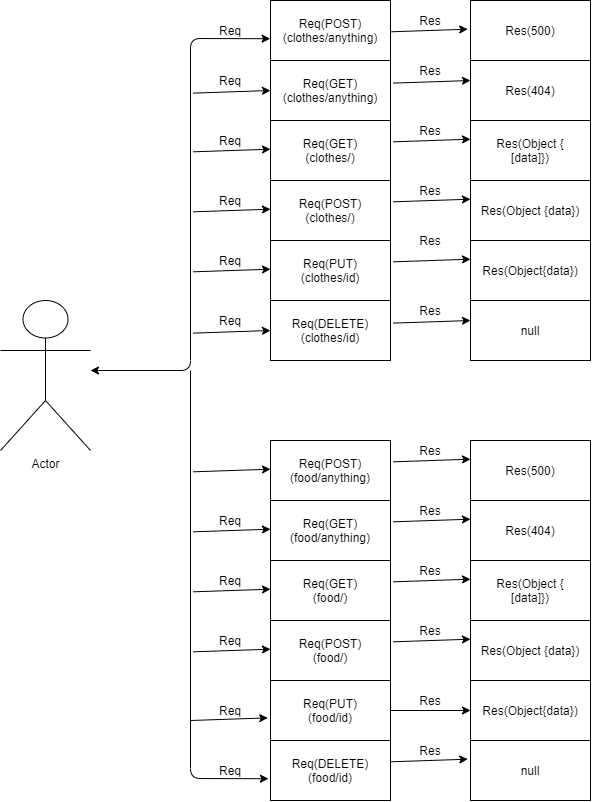
Samer-Alnajjar/api-server keeps this draw.io diagram as UML_Diagram.png. Above is the earlier version. Source tidied: cells renumbered, new cells last; positions are measured from the earlier drawing's top-left corner, leaving out a move shared by most shapes.
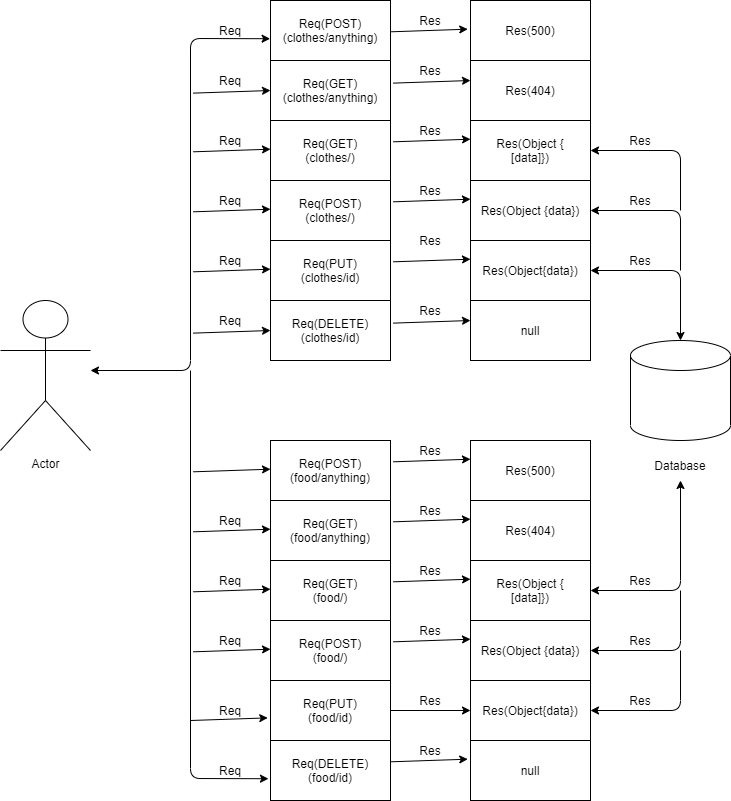
After the commit.

Commit message:
Finish the app

The edit, as a diff of the source:
```diff
@@ -293,5 +293,79 @@
     <mxCell id="73" value="Res" style="text;html=1;strokeColor=none;fillColor=none;align=center;verticalAlign=middle;whiteSpace=wrap;rounded=0;" parent="1" vertex="1">
       <mxGeometry x="410" y="500" width="40" height="20" as="geometry" />
     </mxCell>
+    <mxCell id="74" style="shape=cylinder3;whiteSpace=wrap;html=1;boundedLbl=1;backgroundOutline=1;size=15;" parent="1" vertex="1">
+      <mxGeometry x="630" y="340" width="100" height="100" as="geometry" />
+    </mxCell>
+    <mxCell id="75" value="Database" style="text;html=1;strokeColor=none;fillColor=none;align=center;verticalAlign=middle;whiteSpace=wrap;rounded=0;" parent="1" vertex="1">
+      <mxGeometry x="640" y="450" width="80" height="30" as="geometry" />
+    </mxCell>
+    <mxCell id="76" style="endArrow=classic;startArrow=classic;html=1;entryX=1;entryY=0.5;entryDx=0;entryDy=0;" parent="1" edge="1" target="28">
+      <mxGeometry relative="1" as="geometry">
+        <mxPoint x="680" y="340" as="sourcePoint" />
+        <Array as="points">
+          <mxPoint x="680" y="270" />
+        </Array>
+      </mxGeometry>
+    </mxCell>
+    <mxCell id="77" style="endArrow=classic;html=1;entryX=1;entryY=0.5;entryDx=0;entryDy=0;" parent="1" edge="1" target="29">
+      <mxGeometry relative="1" as="geometry">
+        <mxPoint x="680" y="270" as="sourcePoint" />
+        <Array as="points">
+          <mxPoint x="680" y="210" />
+        </Array>
+      </mxGeometry>
+    </mxCell>
+    <mxCell id="78" style="endArrow=classic;html=1;entryX=1;entryY=0.5;entryDx=0;entryDy=0;" parent="1" edge="1">
+      <mxGeometry relative="1" as="geometry">
+        <mxPoint x="680" y="210" as="sourcePoint" />
+        <mxPoint x="590" y="150" as="targetPoint" />
+        <Array as="points">
+          <mxPoint x="680" y="150" />
+        </Array>
+      </mxGeometry>
+    </mxCell>
+    <mxCell id="79" style="endArrow=classic;startArrow=classic;html=1;entryX=0.5;entryY=1;entryDx=0;entryDy=0;exitX=1;exitY=0.5;exitDx=0;exitDy=0;" parent="1" edge="1" source="36" target="75">
+      <mxGeometry relative="1" as="geometry">
+        <Array as="points">
+          <mxPoint x="680" y="590" />
+        </Array>
+      </mxGeometry>
+    </mxCell>
+    <mxCell id="80" style="endArrow=classic;html=1;entryX=1;entryY=0.5;entryDx=0;entryDy=0;" parent="1" edge="1">
+      <mxGeometry relative="1" as="geometry">
+        <mxPoint x="680" y="590" as="sourcePoint" />
+        <mxPoint x="590" y="650" as="targetPoint" />
+        <Array as="points">
+          <mxPoint x="680" y="650" />
+        </Array>
+      </mxGeometry>
+    </mxCell>
+    <mxCell id="81" style="endArrow=classic;html=1;entryX=1;entryY=0.5;entryDx=0;entryDy=0;" parent="1" edge="1">
+      <mxGeometry relative="1" as="geometry">
+        <mxPoint x="680" y="650" as="sourcePoint" />
+        <mxPoint x="590" y="710" as="targetPoint" />
+        <Array as="points">
+          <mxPoint x="680" y="710" />
+        </Array>
+      </mxGeometry>
+    </mxCell>
+    <mxCell id="82" value="Res" style="text;html=1;strokeColor=none;fillColor=none;align=center;verticalAlign=middle;whiteSpace=wrap;rounded=0;" parent="1" vertex="1">
+      <mxGeometry x="620" y="130" width="40" height="20" as="geometry" />
+    </mxCell>
+    <mxCell id="83" value="Res" style="text;html=1;strokeColor=none;fillColor=none;align=center;verticalAlign=middle;whiteSpace=wrap;rounded=0;" parent="1" vertex="1">
+      <mxGeometry x="620" y="190" width="40" height="20" as="geometry" />
+    </mxCell>
+    <mxCell id="84" value="Res" style="text;html=1;strokeColor=none;fillColor=none;align=center;verticalAlign=middle;whiteSpace=wrap;rounded=0;" parent="1" vertex="1">
+      <mxGeometry x="620" y="250" width="40" height="20" as="geometry" />
+    </mxCell>
+    <mxCell id="85" value="Res" style="text;html=1;strokeColor=none;fillColor=none;align=center;verticalAlign=middle;whiteSpace=wrap;rounded=0;" parent="1" vertex="1">
+      <mxGeometry x="620" y="570" width="40" height="20" as="geometry" />
+    </mxCell>
+    <mxCell id="86" value="Res" style="text;html=1;strokeColor=none;fillColor=none;align=center;verticalAlign=middle;whiteSpace=wrap;rounded=0;" parent="1" vertex="1">
+      <mxGeometry x="620" y="630" width="40" height="20" as="geometry" />
+    </mxCell>
+    <mxCell id="87" value="Res" style="text;html=1;strokeColor=none;fillColor=none;align=center;verticalAlign=middle;whiteSpace=wrap;rounded=0;" parent="1" vertex="1">
+      <mxGeometry x="620" y="690" width="40" height="20" as="geometry" />
+    </mxCell>
   </root>
 </mxGraphModel>
```
